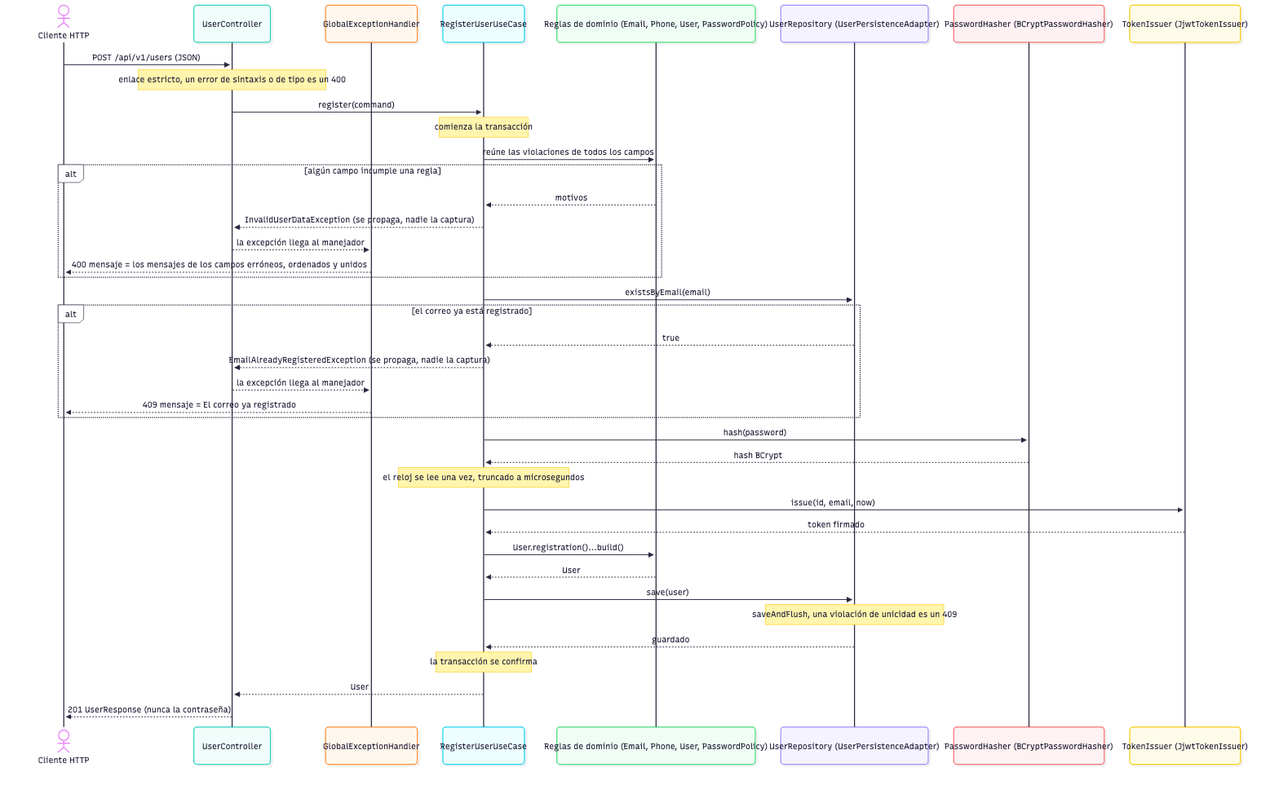
This is docs/diagrams/registration-sequence.png from gussvill/registro-usuarios-api, a Mermaid export, as it was before one commit. Its source is kept beside it as docs/diagrams/registration-sequence.mmd.
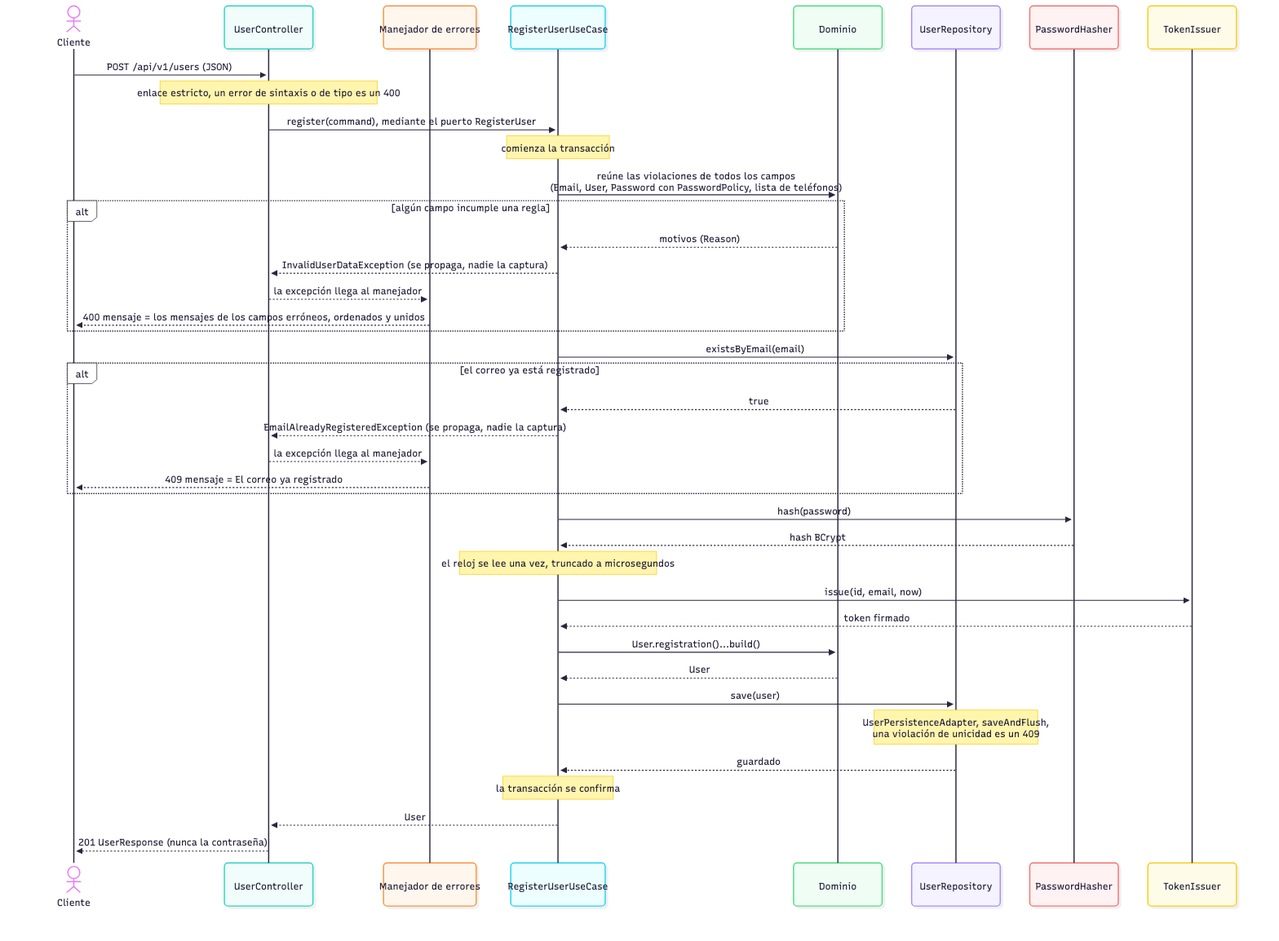
The same file after the commit.

Commit message:
docs: align the README, decision records and diagrams with the code

Diff of the diagram source:
```diff
@@ -1,20 +1,20 @@
 sequenceDiagram
-  actor C as Cliente HTTP
+  actor C as Cliente
   participant W as UserController
-  participant E as GlobalExceptionHandler
+  participant E as Manejador de errores
   participant U as RegisterUserUseCase
-  participant D as Reglas de dominio (Email, Phone, User, PasswordPolicy)
-  participant R as UserRepository (UserPersistenceAdapter)
-  participant H as PasswordHasher (BCryptPasswordHasher)
-  participant T as TokenIssuer (JjwtTokenIssuer)
+  participant D as Dominio
+  participant R as UserRepository
+  participant H as PasswordHasher
+  participant T as TokenIssuer
 
   C->>W: POST /api/v1/users (JSON)
   Note over W: enlace estricto, un error de sintaxis o de tipo es un 400
-  W->>U: register(command)
+  W->>U: register(command), mediante el puerto RegisterUser
   Note over U: comienza la transacción
-  U->>D: reúne las violaciones de todos los campos
+  U->>D: reúne las violaciones de todos los campos<br/>(Email, User, Password con PasswordPolicy, lista de teléfonos)
   alt algún campo incumple una regla
-    D-->>U: motivos
+    D-->>U: motivos (Reason)
     U-->>W: InvalidUserDataException (se propaga, nadie la captura)
     W-->>E: la excepción llega al manejador
     E-->>C: 400 mensaje = los mensajes de los campos erróneos, ordenados y unidos
@@ -34,7 +34,7 @@
   U->>D: User.registration()...build()
   D-->>U: User
   U->>R: save(user)
-  Note over R: saveAndFlush, una violación de unicidad es un 409
+  Note over R: UserPersistenceAdapter, saveAndFlush,<br/>una violación de unicidad es un 409
   R-->>U: guardado
   Note over U: la transacción se confirma
   U-->>W: User
```
